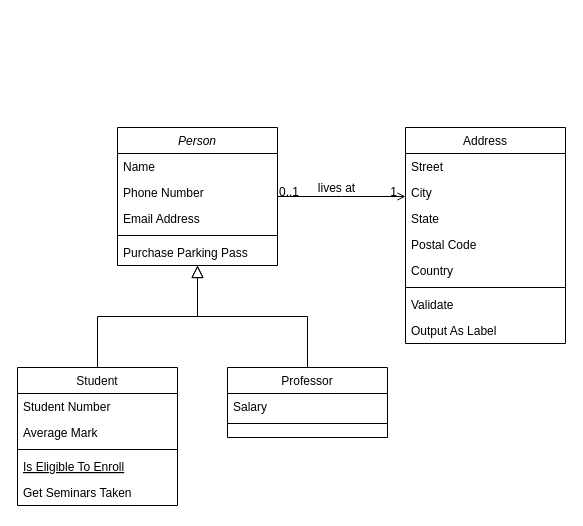
Above: Diagrama sin título.drawio in django-grupo-9/integrating-project-cens451 (draw.io), before the change. Source tidied: cells renumbered, new cells numbered last; positions are measured from the earlier drawing's top-left corner, leaving out a move shared by most shapes. Both pictures are drawn from the tidied source at 100%, with x=0, y=0 at pixel (17, 127).
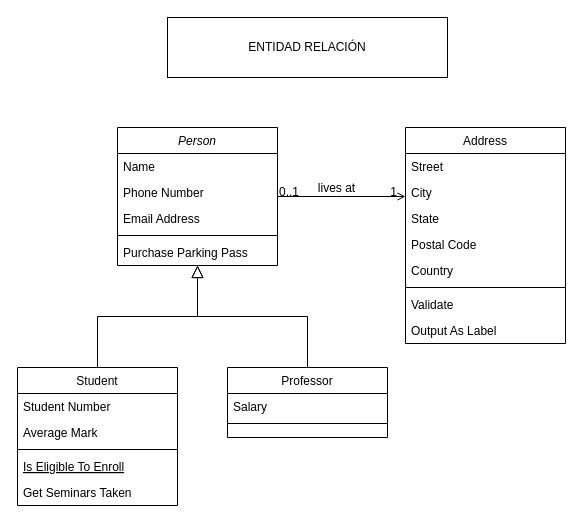
Above is the later version.

What changed in the source:
```diff
@@
+    <mxCell id="32" value="ENTIDAD RELACIÓN" style="rounded=0;whiteSpace=wrap;html=1;" parent="1" vertex="1">
+      <mxGeometry x="150" y="-110" width="280" height="60" as="geometry" />
+    </mxCell>
```
